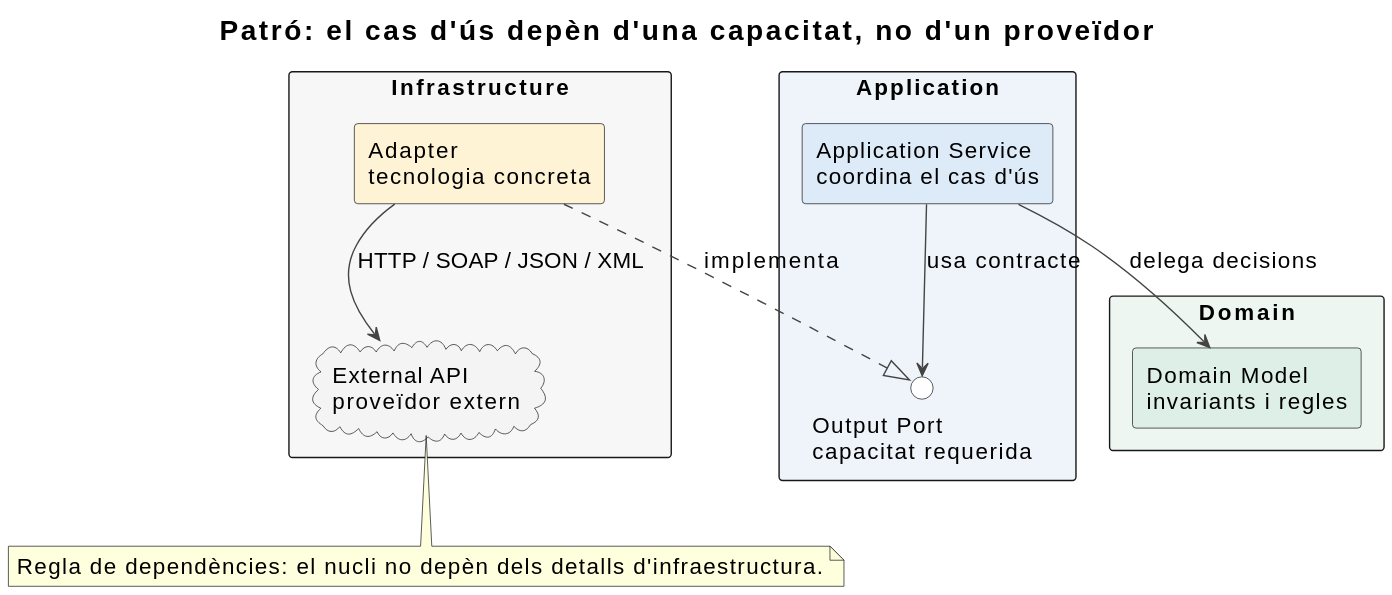
The PlantUML diagram doc/presentations/defensa-placa-permanent-dsi-ports-sortida-hexagonal/diagrams/rendered/output-port-pattern.svg in alfredorueda/HexaStock, before a commit. Source of this version:
```plantuml
@startuml
title Patró: el cas d'ús depèn d'una capacitat, no d'un proveïdor

skinparam backgroundColor #FFFFFF
skinparam shadowing false
skinparam defaultFontName Arial
skinparam defaultFontSize 16
skinparam titleFontSize 20
skinparam componentStyle rectangle
skinparam packageStyle rectangle
skinparam ArrowColor #444444

package "Application" as APP #EEF4FA {
  component "Application Service\ncoordina el cas d'ús" as SERVICE #DDEAF7
  interface "Output Port\ncapacitat requerida" as PORT #FFFFFF
}

package "Domain" as DOM #EEF6F2 {
  component "Domain Model\ninvariants i regles" as DOMAIN #DDEFE6
}

package "Infrastructure" as INFRA #F7F7F7 {
  component "Adapter\ntecnologia concreta" as ADAPTER #FFF3D6
  cloud "External API\nproveïdor extern" as API #F4F4F4
}

SERVICE --> DOMAIN : delega decisions
SERVICE --> PORT : usa contracte
ADAPTER ..|> PORT : implementa
ADAPTER --> API : HTTP / SOAP / JSON / XML

note bottom
  Regla de dependències: el nucli no depèn dels detalls d'infraestructura.
end note
@enduml
```
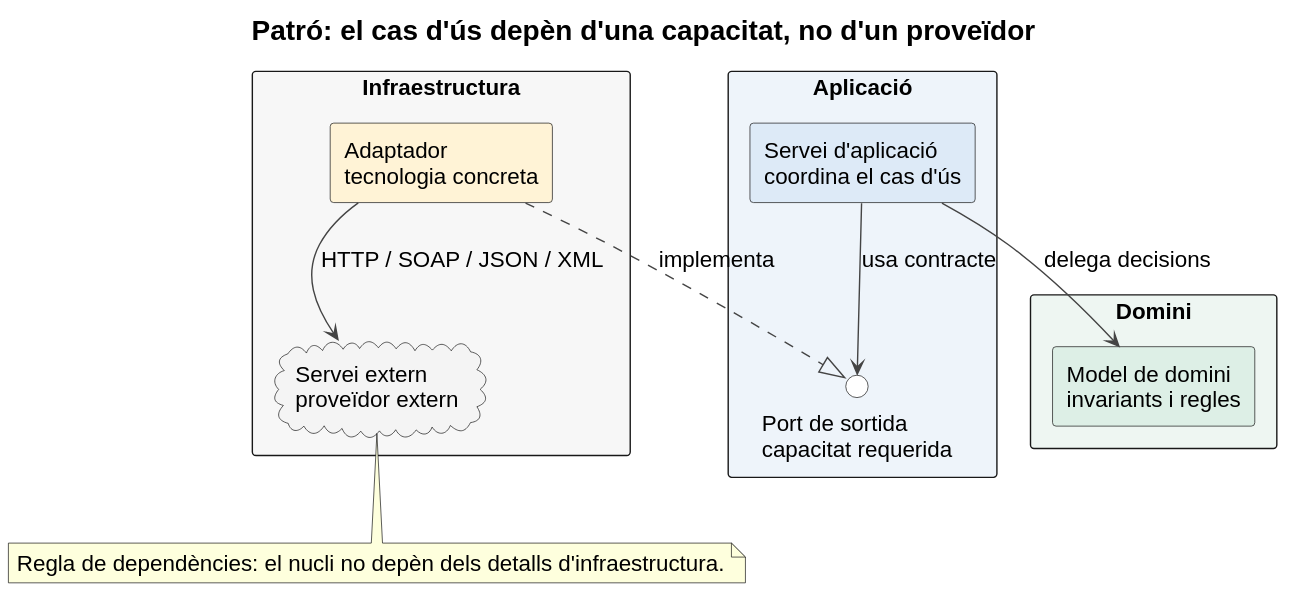
After the commit.

Diff of the diagram source:
```diff
@@ -10,18 +10,18 @@
 skinparam packageStyle rectangle
 skinparam ArrowColor #444444
 
-package "Application" as APP #EEF4FA {
-  component "Application Service\ncoordina el cas d'ús" as SERVICE #DDEAF7
-  interface "Output Port\ncapacitat requerida" as PORT #FFFFFF
+package "Aplicació" as APP #EEF4FA {
+  component "Servei d'aplicació\ncoordina el cas d'ús" as SERVICE #DDEAF7
+  interface "Port de sortida\ncapacitat requerida" as PORT #FFFFFF
 }
 
-package "Domain" as DOM #EEF6F2 {
-  component "Domain Model\ninvariants i regles" as DOMAIN #DDEFE6
+package "Domini" as DOM #EEF6F2 {
+  component "Model de domini\ninvariants i regles" as DOMAIN #DDEFE6
 }
 
-package "Infrastructure" as INFRA #F7F7F7 {
-  component "Adapter\ntecnologia concreta" as ADAPTER #FFF3D6
-  cloud "External API\nproveïdor extern" as API #F4F4F4
+package "Infraestructura" as INFRA #F7F7F7 {
+  component "Adaptador\ntecnologia concreta" as ADAPTER #FFF3D6
+  cloud "Servei extern\nproveïdor extern" as API #F4F4F4
 }
 
 SERVICE --> DOMAIN : delega decisions
```
